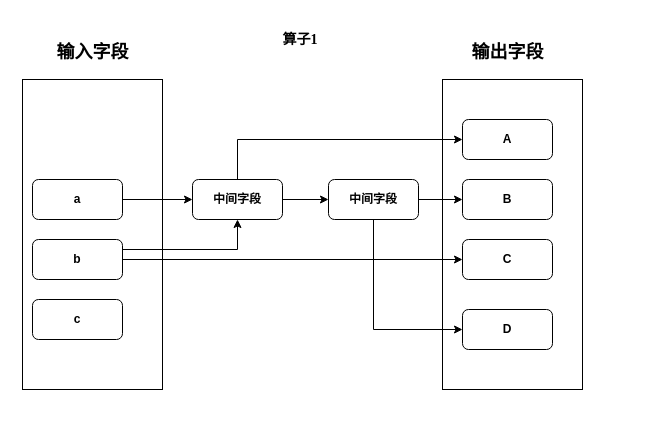
Above: 算子优化.drawio in mineminemine123/work-wiki (draw.io), before the change. Source tidied: cells renumbered, new cells numbered last; positions are measured from the earlier drawing's top-left corner, leaving out a move shared by most shapes. Both pictures are drawn from the tidied source at 100%, with x=0, y=0 at pixel (22, 29).
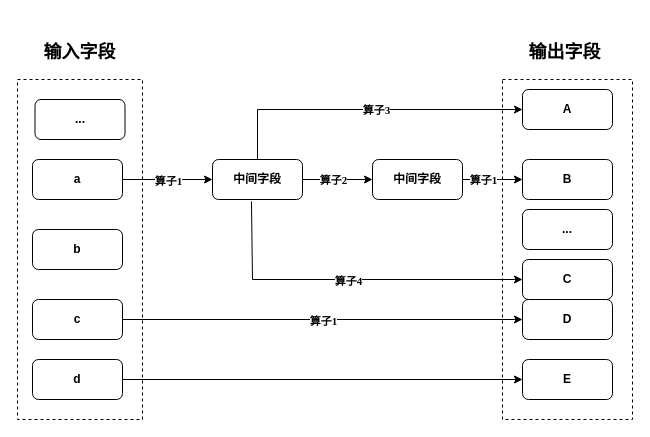
The same page after the edit.

Commit message (it also covers changes not shown here):
更新算子优化.drawio

The change refers to these unchanged cells:
```xml
<mxCell id="20" value="&lt;h4&gt;c&lt;/h4&gt;" style="rounded=1;whiteSpace=wrap;html=1;" parent="1" vertex="1">
  <mxGeometry x="10" y="270" width="90" height="40" as="geometry" />
</mxCell>
```

Change to the diagram source:
```diff
@@
-    <mxCell id="2" style="rounded=0;whiteSpace=wrap;html=1;fontFamily=Times New Roman;" parent="1" vertex="1">
-      <mxGeometry x="420" y="50" width="140" height="310" as="geometry" />
-    </mxCell>
+    <mxCell id="23" style="rounded=0;whiteSpace=wrap;html=1;fontFamily=Times New Roman;dashed=1;" parent="1" vertex="1">
+      <mxGeometry x="480" y="50" width="130" height="340" as="geometry" />
+    </mxCell>
-    <mxCell id="3" style="rounded=0;whiteSpace=wrap;html=1;fontFamily=Times New Roman;" parent="1" vertex="1">
-      <mxGeometry y="50" width="140" height="310" as="geometry" />
+    <mxCell id="3" style="rounded=0;whiteSpace=wrap;html=1;fontFamily=Times New Roman;dashed=1;" parent="1" vertex="1">
+      <mxGeometry x="-5" y="50" width="125" height="340" as="geometry" />
     </mxCell>
-    <mxCell id="4" style="edgeStyle=orthogonalEdgeStyle;rounded=0;jettySize=auto;html=1;exitX=1;exitY=0.5;exitDx=0;exitDy=0;fontFamily=Times New Roman;" parent="1" edge="1" source="5" target="9">
-      <mxGeometry relative="1" as="geometry" />
-    </mxCell>
     <mxCell id="5" value="&lt;h4&gt;a&lt;/h4&gt;" style="rounded=1;whiteSpace=wrap;html=1;" parent="1" vertex="1">
-      <mxGeometry x="10" y="150" width="90" height="40" as="geometry" />
+      <mxGeometry x="10" y="130" width="90" height="40" as="geometry" />
     </mxCell>
-    <mxCell id="6" style="edgeStyle=orthogonalEdgeStyle;rounded=0;jettySize=auto;html=1;exitX=1;exitY=0.5;exitDx=0;exitDy=0;entryX=0;entryY=0.5;entryDx=0;entryDy=0;fontFamily=Times New Roman;startArrow=none;" parent="1" edge="1" source="17" target="11">
-      <mxGeometry relative="1" as="geometry" />
-    </mxCell>
-    <mxCell id="7" style="edgeStyle=orthogonalEdgeStyle;rounded=0;jettySize=auto;html=1;exitX=1;exitY=0.5;exitDx=0;exitDy=0;entryX=0;entryY=0.5;entryDx=0;entryDy=0;fontFamily=Times New Roman;" parent="1" edge="1" source="9" target="17">
-      <mxGeometry relative="1" as="geometry" />
-    </mxCell>
-    <mxCell id="8" style="edgeStyle=orthogonalEdgeStyle;rounded=0;jettySize=auto;html=1;exitX=0.5;exitY=0;exitDx=0;exitDy=0;entryX=0;entryY=0.5;entryDx=0;entryDy=0;fontFamily=Times New Roman;" parent="1" edge="1" source="9" target="18">
-      <mxGeometry relative="1" as="geometry" />
-    </mxCell>
     <mxCell id="9" value="&lt;h4&gt;中间字段&lt;/h4&gt;" style="rounded=1;whiteSpace=wrap;html=1;" parent="1" vertex="1">
-      <mxGeometry x="170" y="150" width="90" height="40" as="geometry" />
+      <mxGeometry x="190" y="130" width="90" height="40" as="geometry" />
     </mxCell>
-    <mxCell id="10" value="&lt;h3&gt;算子1&lt;/h3&gt;" style="rounded=1;whiteSpace=wrap;html=1;fontFamily=Times New Roman;strokeColor=none;" parent="1" vertex="1">
-      <mxGeometry x="250" width="56" height="20" as="geometry" />
-    </mxCell>
     <mxCell id="11" value="&lt;h4&gt;B&lt;/h4&gt;" style="rounded=1;whiteSpace=wrap;html=1;" parent="1" vertex="1">
-      <mxGeometry x="440" y="150" width="90" height="40" as="geometry" />
+      <mxGeometry x="500" y="130" width="90" height="40" as="geometry" />
     </mxCell>
-    <mxCell id="12" style="edgeStyle=orthogonalEdgeStyle;rounded=0;jettySize=auto;html=1;exitX=1;exitY=0.5;exitDx=0;exitDy=0;entryX=0;entryY=0.5;entryDx=0;entryDy=0;fontFamily=Times New Roman;" parent="1" edge="1" source="14" target="15">
-      <mxGeometry relative="1" as="geometry" />
-    </mxCell>
-    <mxCell id="13" style="edgeStyle=orthogonalEdgeStyle;rounded=0;jettySize=auto;html=1;exitX=1;exitY=0.25;exitDx=0;exitDy=0;entryX=0.5;entryY=1;entryDx=0;entryDy=0;fontFamily=Times New Roman;" parent="1" edge="1" source="14" target="9">
-      <mxGeometry relative="1" as="geometry" />
-    </mxCell>
     <mxCell id="14" value="&lt;h4&gt;b&lt;/h4&gt;" style="rounded=1;whiteSpace=wrap;html=1;" parent="1" vertex="1">
-      <mxGeometry x="10" y="210" width="90" height="40" as="geometry" />
+      <mxGeometry x="10" y="200" width="90" height="40" as="geometry" />
     </mxCell>
-    <mxCell id="15" value="&lt;h4&gt;C&lt;/h4&gt;" style="rounded=1;whiteSpace=wrap;html=1;" parent="1" vertex="1">
-      <mxGeometry x="440" y="210" width="90" height="40" as="geometry" />
+    <mxCell id="15" value="&lt;h4&gt;D&lt;/h4&gt;" style="rounded=1;whiteSpace=wrap;html=1;" parent="1" vertex="1">
+      <mxGeometry x="500" y="270" width="90" height="40" as="geometry" />
     </mxCell>
-    <mxCell id="16" style="edgeStyle=orthogonalEdgeStyle;rounded=0;jettySize=auto;html=1;exitX=0.5;exitY=1;exitDx=0;exitDy=0;entryX=0;entryY=0.5;entryDx=0;entryDy=0;fontFamily=Times New Roman;" parent="1" edge="1" source="17" target="19">
-      <mxGeometry relative="1" as="geometry" />
-    </mxCell>
     <mxCell id="17" value="&lt;h4&gt;中间字段&lt;/h4&gt;" style="rounded=1;whiteSpace=wrap;html=1;" parent="1" vertex="1">
-      <mxGeometry x="306" y="150" width="90" height="40" as="geometry" />
+      <mxGeometry x="350" y="130" width="90" height="40" as="geometry" />
     </mxCell>
     <mxCell id="18" value="&lt;h4&gt;A&lt;/h4&gt;" style="rounded=1;whiteSpace=wrap;html=1;" parent="1" vertex="1">
-      <mxGeometry x="440" y="90" width="90" height="40" as="geometry" />
+      <mxGeometry x="500" y="60" width="90" height="40" as="geometry" />
     </mxCell>
-    <mxCell id="19" value="&lt;h4&gt;D&lt;/h4&gt;" style="rounded=1;whiteSpace=wrap;html=1;" parent="1" vertex="1">
-      <mxGeometry x="440" y="280" width="90" height="40" as="geometry" />
+    <mxCell id="19" value="&lt;h4&gt;C&lt;/h4&gt;" style="rounded=1;whiteSpace=wrap;html=1;" parent="1" vertex="1">
+      <mxGeometry x="500" y="230" width="90" height="40" as="geometry" />
     </mxCell>
@@
     <mxCell id="21" value="&lt;h2&gt;输入字段&lt;/h2&gt;" style="text;html=1;strokeColor=none;fillColor=none;align=center;verticalAlign=middle;whiteSpace=wrap;rounded=0;fontFamily=Times New Roman;" parent="1" vertex="1">
-      <mxGeometry x="27.5" y="10" width="85" height="25" as="geometry" />
+      <mxGeometry x="15" y="10" width="85" height="25" as="geometry" />
     </mxCell>
     <mxCell id="22" value="&lt;h2&gt;输出字段&lt;/h2&gt;" style="text;html=1;strokeColor=none;fillColor=none;align=center;verticalAlign=middle;whiteSpace=wrap;rounded=0;fontFamily=Times New Roman;" parent="1" vertex="1">
-      <mxGeometry x="442.5" y="10" width="85" height="25" as="geometry" />
+      <mxGeometry x="500" y="10" width="85" height="25" as="geometry" />
     </mxCell>
+    <mxCell id="24" value="&lt;h4&gt;E&lt;/h4&gt;" style="rounded=1;whiteSpace=wrap;html=1;" parent="1" vertex="1">
+      <mxGeometry x="500" y="330" width="90" height="40" as="geometry" />
+    </mxCell>
+    <mxCell id="25" style="edgeStyle=orthogonalEdgeStyle;rounded=0;jettySize=auto;html=1;exitX=1;exitY=0.5;exitDx=0;exitDy=0;fontFamily=Times New Roman;" parent="1" edge="1" source="26" target="24">
+      <mxGeometry relative="1" as="geometry" />
+    </mxCell>
+    <mxCell id="26" value="&lt;h4&gt;d&lt;/h4&gt;" style="rounded=1;whiteSpace=wrap;html=1;" parent="1" vertex="1">
+      <mxGeometry x="10" y="330" width="90" height="40" as="geometry" />
+    </mxCell>
+    <mxCell id="4" style="endArrow=classic;html=1;rounded=0;fontFamily=Times New Roman;" parent="1" edge="1" source="5" target="9">
+      <mxGeometry relative="1" as="geometry" />
+    </mxCell>
+    <mxCell id="27" value="算子1" style="edgeLabel;html=1;align=center;verticalAlign=middle;fontFamily=Times New Roman;fontStyle=1;" parent="4" vertex="1">
+      <mxGeometry relative="1" as="geometry">
+        <mxPoint y="1" as="offset" />
+      </mxGeometry>
+    </mxCell>
+    <mxCell id="28" style="endArrow=classic;html=1;rounded=0;fontFamily=Times New Roman;exitX=0.433;exitY=1.05;exitDx=0;exitDy=0;entryX=0;entryY=0.5;entryDx=0;entryDy=0;exitPerimeter=0;" parent="1" edge="1" source="9" target="19">
+      <mxGeometry relative="1" as="geometry">
+        <Array as="points">
+          <mxPoint x="230" y="250" />
+        </Array>
+      </mxGeometry>
+    </mxCell>
+    <mxCell id="29" value="算子4" style="edgeLabel;html=1;align=center;verticalAlign=middle;fontFamily=Times New Roman;fontStyle=1;" parent="28" vertex="1">
+      <mxGeometry relative="1" as="geometry">
+        <mxPoint y="1" as="offset" />
+      </mxGeometry>
+    </mxCell>
+    <mxCell id="7" style="endArrow=classic;html=1;rounded=0;fontFamily=Times New Roman;exitX=1;exitY=0.5;exitDx=0;exitDy=0;" parent="1" edge="1" source="9" target="17">
+      <mxGeometry relative="1" as="geometry" />
+    </mxCell>
+    <mxCell id="30" value="算子2" style="edgeLabel;html=1;align=center;verticalAlign=middle;fontFamily=Times New Roman;dashed=1;fontStyle=1;" parent="7" vertex="1">
+      <mxGeometry relative="1" as="geometry">
+        <mxPoint x="-5" as="offset" />
+      </mxGeometry>
+    </mxCell>
+    <mxCell id="8" style="endArrow=classic;html=1;rounded=0;fontFamily=Times New Roman;exitX=0.5;exitY=0;exitDx=0;exitDy=0;entryX=0;entryY=0.5;entryDx=0;entryDy=0;" parent="1" edge="1" source="9" target="18">
+      <mxGeometry relative="1" as="geometry">
+        <Array as="points">
+          <mxPoint x="235" y="80" />
+        </Array>
+      </mxGeometry>
+    </mxCell>
+    <mxCell id="31" value="算子3" style="edgeLabel;html=1;align=center;verticalAlign=middle;fontFamily=Times New Roman;dashed=1;fontStyle=1;" parent="8" vertex="1">
+      <mxGeometry relative="1" as="geometry">
+        <mxPoint x="10" as="offset" />
+      </mxGeometry>
+    </mxCell>
+    <mxCell id="32" style="endArrow=classic;html=1;rounded=0;fontFamily=Times New Roman;entryX=0;entryY=0.5;entryDx=0;entryDy=0;exitX=1;exitY=0.5;exitDx=0;exitDy=0;" parent="1" edge="1" source="20" target="15">
+      <mxGeometry relative="1" as="geometry" />
+    </mxCell>
+    <mxCell id="33" value="算子1" style="edgeLabel;html=1;align=center;verticalAlign=middle;fontFamily=Times New Roman;dashed=1;fontStyle=1;" parent="32" vertex="1">
+      <mxGeometry relative="1" as="geometry">
+        <mxPoint y="1" as="offset" />
+      </mxGeometry>
+    </mxCell>
+    <mxCell id="6" style="endArrow=classic;html=1;rounded=0;fontFamily=Times New Roman;" parent="1" edge="1" source="17" target="11">
+      <mxGeometry relative="1" as="geometry" />
+    </mxCell>
+    <mxCell id="34" value="算子1" style="edgeLabel;html=1;align=center;verticalAlign=middle;fontFamily=Times New Roman;dashed=1;fontStyle=1;" parent="6" vertex="1">
+      <mxGeometry relative="1" as="geometry">
+        <mxPoint x="-10" as="offset" />
+      </mxGeometry>
+    </mxCell>
+    <mxCell id="35" value="&lt;h4&gt;...&lt;/h4&gt;" style="rounded=1;whiteSpace=wrap;html=1;" parent="1" vertex="1">
+      <mxGeometry x="12.5" y="70" width="90" height="40" as="geometry" />
+    </mxCell>
+    <mxCell id="36" value="&lt;h4&gt;...&lt;/h4&gt;" style="rounded=1;whiteSpace=wrap;html=1;" parent="1" vertex="1">
+      <mxGeometry x="500" y="180" width="90" height="40" as="geometry" />
+    </mxCell>
```
